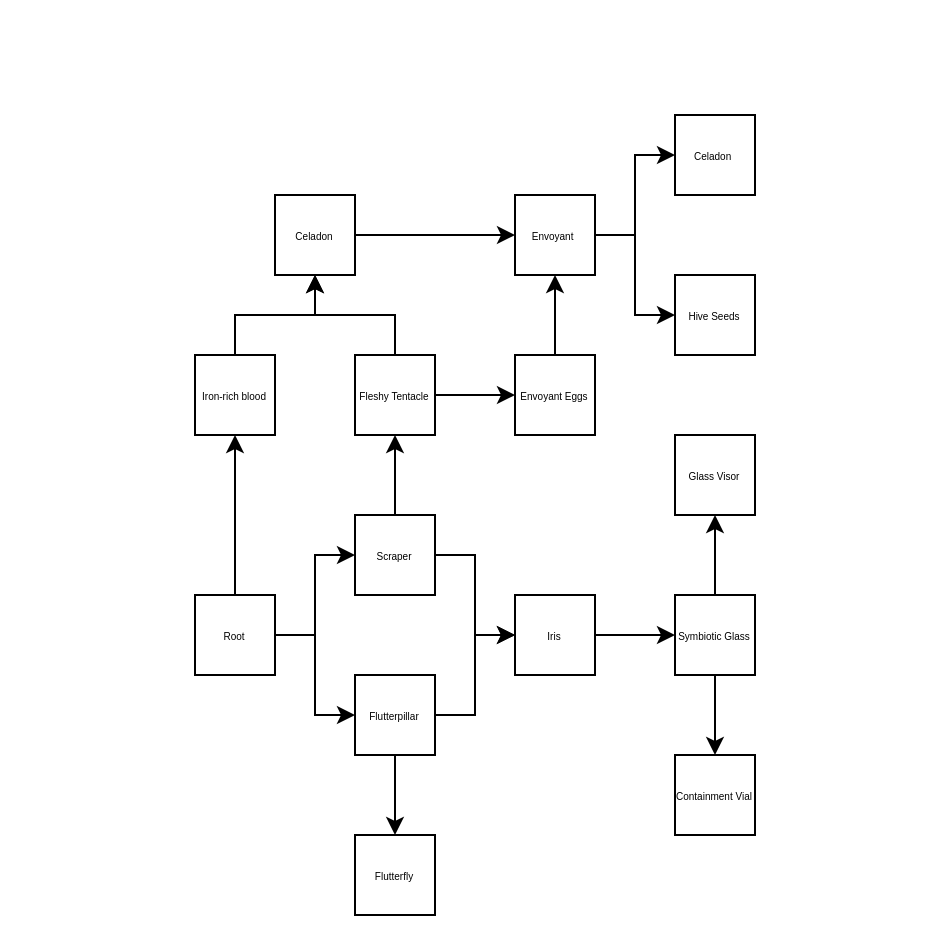
Above: map.drawio in asdru22/symbiote (draw.io), before the change. Source tidied: cells renumbered, new cells numbered last; positions are measured from the earlier drawing's top-left corner, leaving out a move shared by most shapes. Both pictures are drawn from the tidied source at 200%, with x=0, y=0 at pixel (194, 114).
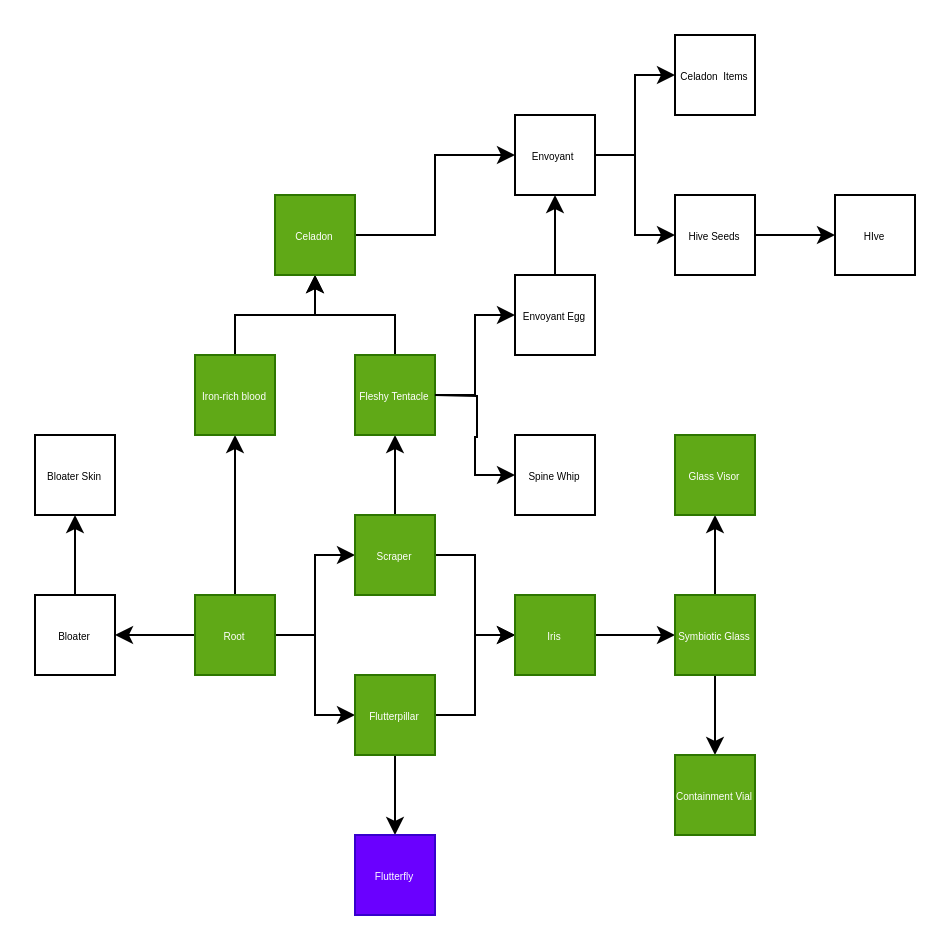
The same page after the edit.

The edit, as a diff of the source:
```diff
@@
+    <mxCell id="34" style="edgeStyle=none;html=1;" parent="1" edge="1" source="5" target="39">
+      <mxGeometry relative="1" as="geometry" />
+    </mxCell>
-    <mxCell id="5" value="Root" style="rounded=0;whiteSpace=wrap;html=1;fontSize=5;" parent="1" vertex="1">
+    <mxCell id="5" value="Root" style="rounded=0;whiteSpace=wrap;html=1;fontSize=5;fillColor=#60a917;fontColor=#ffffff;strokeColor=#2D7600;" parent="1" vertex="1">
       <mxGeometry y="240" width="40" height="40" as="geometry" />
     </mxCell>
@@
-    <mxCell id="8" value="Scraper" style="rounded=0;whiteSpace=wrap;html=1;fontSize=5;" parent="1" vertex="1">
+    <mxCell id="8" value="Scraper" style="rounded=0;whiteSpace=wrap;html=1;fontSize=5;fillColor=#60a917;fontColor=#ffffff;strokeColor=#2D7600;" parent="1" vertex="1">
       <mxGeometry x="80" y="200" width="40" height="40" as="geometry" />
     </mxCell>
@@
-    <mxCell id="11" value="Flutterpillar" style="rounded=0;whiteSpace=wrap;html=1;fontSize=5;" parent="1" vertex="1">
+    <mxCell id="11" value="Flutterpillar" style="rounded=0;whiteSpace=wrap;html=1;fontSize=5;fillColor=#60a917;fontColor=#ffffff;strokeColor=#2D7600;" parent="1" vertex="1">
       <mxGeometry x="80" y="280" width="40" height="40" as="geometry" />
     </mxCell>
-    <mxCell id="12" value="Flutterfly" style="rounded=0;whiteSpace=wrap;html=1;fontSize=5;" parent="1" vertex="1">
+    <mxCell id="12" value="Flutterfly" style="rounded=0;whiteSpace=wrap;html=1;fontSize=5;fillColor=#6a00ff;fontColor=#ffffff;strokeColor=#3700CC;" parent="1" vertex="1">
       <mxGeometry x="80" y="360" width="40" height="40" as="geometry" />
     </mxCell>
@@
-    <mxCell id="14" value="Iris" style="rounded=0;whiteSpace=wrap;html=1;fontSize=5;" parent="1" vertex="1">
+    <mxCell id="14" value="Iris" style="rounded=0;whiteSpace=wrap;html=1;fontSize=5;fillColor=#60a917;fontColor=#ffffff;strokeColor=#2D7600;" parent="1" vertex="1">
       <mxGeometry x="160" y="240" width="40" height="40" as="geometry" />
     </mxCell>
@@
-    <mxCell id="16" value="Iron-rich blood" style="rounded=0;whiteSpace=wrap;html=1;fontSize=5;" parent="1" vertex="1">
+    <mxCell id="16" value="Iron-rich blood" style="rounded=0;whiteSpace=wrap;html=1;fontSize=5;fillColor=#60a917;fontColor=#ffffff;strokeColor=#2D7600;" parent="1" vertex="1">
       <mxGeometry y="120" width="40" height="40" as="geometry" />
     </mxCell>
@@
-    <mxCell id="19" value="Fleshy Tentacle" style="rounded=0;whiteSpace=wrap;html=1;fontSize=5;" parent="1" vertex="1">
+    <mxCell id="19" value="Fleshy Tentacle" style="rounded=0;whiteSpace=wrap;html=1;fontSize=5;fillColor=#60a917;fontColor=#ffffff;strokeColor=#2D7600;" parent="1" vertex="1">
       <mxGeometry x="80" y="120" width="40" height="40" as="geometry" />
     </mxCell>
@@
-    <mxCell id="22" value="Symbiotic Glass" style="rounded=0;whiteSpace=wrap;html=1;fontSize=5;" parent="1" vertex="1">
+    <mxCell id="22" value="Symbiotic Glass" style="rounded=0;whiteSpace=wrap;html=1;fontSize=5;fillColor=#60a917;fontColor=#ffffff;strokeColor=#2D7600;" parent="1" vertex="1">
       <mxGeometry x="240" y="240" width="40" height="40" as="geometry" />
     </mxCell>
@@
-    <mxCell id="24" value="Celadon" style="rounded=0;whiteSpace=wrap;html=1;fontSize=5;" parent="1" vertex="1">
+    <mxCell id="24" value="Celadon" style="rounded=0;whiteSpace=wrap;html=1;fontSize=5;fillColor=#60a917;fontColor=#ffffff;strokeColor=#2D7600;" parent="1" vertex="1">
       <mxGeometry x="40" y="40" width="40" height="40" as="geometry" />
     </mxCell>
@@
-    <mxCell id="26" value="Envoyant Eggs" style="rounded=0;whiteSpace=wrap;html=1;fontSize=5;" parent="1" vertex="1">
-      <mxGeometry x="160" y="120" width="40" height="40" as="geometry" />
+    <mxCell id="26" value="Envoyant Egg" style="rounded=0;whiteSpace=wrap;html=1;fontSize=5;" parent="1" vertex="1">
+      <mxGeometry x="160" y="80" width="40" height="40" as="geometry" />
     </mxCell>
@@
     <mxCell id="29" value="Envoyant&amp;nbsp;" style="rounded=0;whiteSpace=wrap;html=1;fontSize=5;" parent="1" vertex="1">
-      <mxGeometry x="160" y="40" width="40" height="40" as="geometry" />
+      <mxGeometry x="160" width="40" height="40" as="geometry" />
     </mxCell>
-    <mxCell id="30" value="Containment Vial" style="rounded=0;whiteSpace=wrap;html=1;fontSize=5;" parent="1" vertex="1">
+    <mxCell id="30" value="Containment Vial" style="rounded=0;whiteSpace=wrap;html=1;fontSize=5;fillColor=#60a917;fontColor=#ffffff;strokeColor=#2D7600;" parent="1" vertex="1">
       <mxGeometry x="240" y="320" width="40" height="40" as="geometry" />
     </mxCell>
-    <mxCell id="31" value="Glass Visor" style="rounded=0;whiteSpace=wrap;html=1;fontSize=5;" parent="1" vertex="1">
+    <mxCell id="31" value="Glass Visor" style="rounded=0;whiteSpace=wrap;html=1;fontSize=5;fillColor=#60a917;fontColor=#ffffff;strokeColor=#2D7600;" parent="1" vertex="1">
       <mxGeometry x="240" y="160" width="40" height="40" as="geometry" />
     </mxCell>
+    <mxCell id="35" style="edgeStyle=none;html=1;" parent="1" edge="1" source="32" target="41">
+      <mxGeometry relative="1" as="geometry" />
+    </mxCell>
     <mxCell id="32" value="Hive Seeds" style="rounded=0;whiteSpace=wrap;html=1;fontSize=5;" parent="1" vertex="1">
-      <mxGeometry x="240" y="80" width="40" height="40" as="geometry" />
+      <mxGeometry x="240" y="40" width="40" height="40" as="geometry" />
     </mxCell>
-    <mxCell id="33" value="Celadon&amp;nbsp;" style="rounded=0;whiteSpace=wrap;html=1;fontSize=5;" parent="1" vertex="1">
-      <mxGeometry x="240" width="40" height="40" as="geometry" />
+    <mxCell id="33" value="Celadon&amp;nbsp; Items" style="rounded=0;whiteSpace=wrap;html=1;fontSize=5;" parent="1" vertex="1">
+      <mxGeometry x="240" y="-40" width="40" height="40" as="geometry" />
     </mxCell>
+    <mxCell id="36" value="Spine Whip" style="rounded=0;whiteSpace=wrap;html=1;fontSize=5;" parent="1" vertex="1">
+      <mxGeometry x="160" y="160" width="40" height="40" as="geometry" />
+    </mxCell>
+    <mxCell id="37" style="edgeStyle=orthogonalEdgeStyle;rounded=0;jettySize=auto;html=1;fontSize=5;entryX=0;entryY=0.5;entryDx=0;entryDy=0;" parent="1" edge="1" target="36">
+      <mxGeometry relative="1" as="geometry">
+        <mxPoint x="120" y="140" as="sourcePoint" />
+      </mxGeometry>
+    </mxCell>
+    <mxCell id="38" style="edgeStyle=none;html=1;" parent="1" edge="1" source="39" target="40">
+      <mxGeometry relative="1" as="geometry" />
+    </mxCell>
+    <mxCell id="39" value="Bloater" style="rounded=0;whiteSpace=wrap;html=1;fontSize=5;" parent="1" vertex="1">
+      <mxGeometry x="-80" y="240" width="40" height="40" as="geometry" />
+    </mxCell>
+    <mxCell id="40" value="Bloater Skin" style="rounded=0;whiteSpace=wrap;html=1;fontSize=5;" parent="1" vertex="1">
+      <mxGeometry x="-80" y="160" width="40" height="40" as="geometry" />
+    </mxCell>
+    <mxCell id="41" value="HIve" style="rounded=0;whiteSpace=wrap;html=1;fontSize=5;" parent="1" vertex="1">
+      <mxGeometry x="320" y="40" width="40" height="40" as="geometry" />
+    </mxCell>
```
